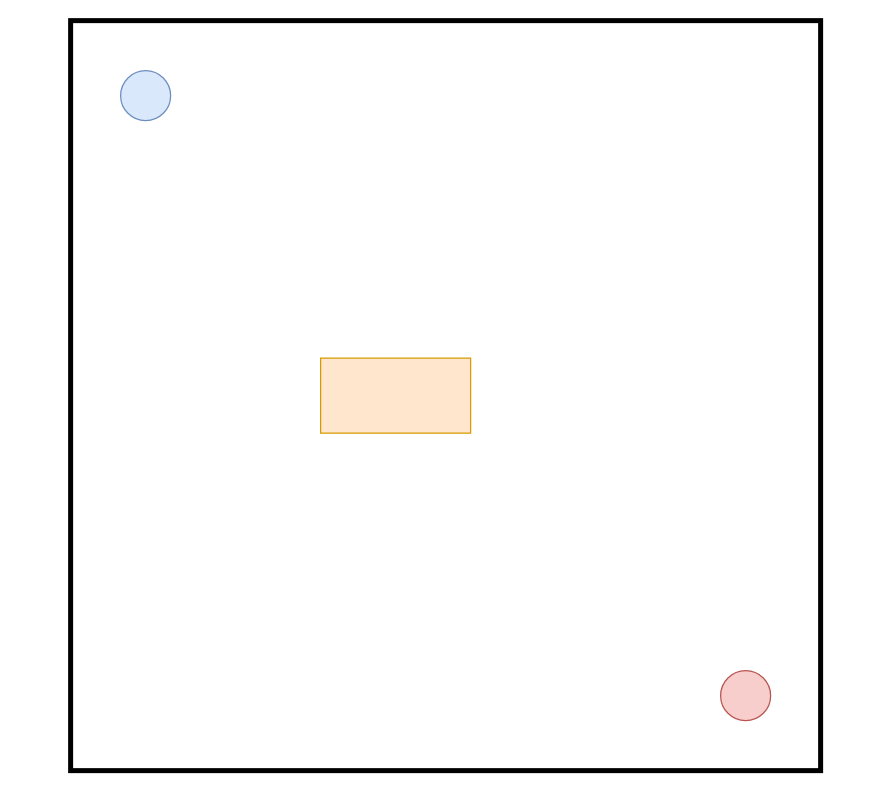
Earlier version of the draw.io diagram RoboRumble.drawio (Pablucas/Personal). Source tidied: cells renumbered, new cells numbered last; positions are measured from the earlier drawing's top-left corner, leaving out a move shared by most shapes. Both pictures are drawn from the tidied source at 125%, with x=0, y=0 at pixel (70, 20).
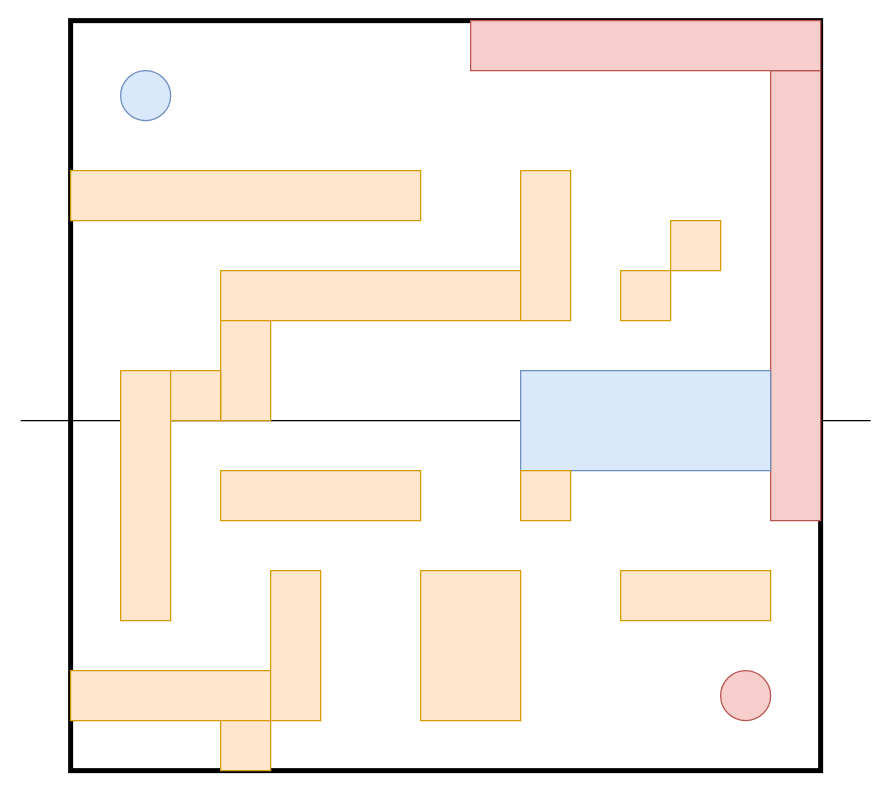
Above is the later version.

What changed in the source:
```diff
@@
     <mxCell id="3" style="rounded=0;whiteSpace=wrap;html=1;strokeWidth=1;fillColor=#ffe6cc;strokeColor=#d79b00;" parent="1" vertex="1">
-      <mxGeometry x="200" y="270" width="120" height="60" as="geometry" />
+      <mxGeometry y="120" width="280" height="40" as="geometry" />
     </mxCell>
@@
+    <mxCell id="6" style="endArrow=none;html=1;" parent="1" edge="1">
+      <mxGeometry relative="1" as="geometry">
+        <mxPoint x="-40" y="320" as="sourcePoint" />
+        <mxPoint x="640" y="320" as="targetPoint" />
+      </mxGeometry>
+    </mxCell>
+    <mxCell id="7" style="rounded=0;whiteSpace=wrap;html=1;strokeWidth=1;fillColor=#ffe6cc;strokeColor=#d79b00;" parent="1" vertex="1">
+      <mxGeometry x="120" y="200" width="240" height="40" as="geometry" />
+    </mxCell>
+    <mxCell id="8" style="rounded=0;whiteSpace=wrap;html=1;strokeWidth=1;fillColor=#ffe6cc;strokeColor=#d79b00;" parent="1" vertex="1">
+      <mxGeometry x="120" y="240" width="40" height="80" as="geometry" />
+    </mxCell>
+    <mxCell id="9" style="rounded=0;whiteSpace=wrap;html=1;strokeWidth=1;fillColor=#ffe6cc;strokeColor=#d79b00;" parent="1" vertex="1">
+      <mxGeometry x="360" y="120" width="40" height="120" as="geometry" />
+    </mxCell>
+    <mxCell id="10" style="rounded=0;whiteSpace=wrap;html=1;strokeWidth=1;fillColor=#ffe6cc;strokeColor=#d79b00;" parent="1" vertex="1">
+      <mxGeometry x="40" y="280" width="40" height="200" as="geometry" />
+    </mxCell>
+    <mxCell id="11" style="rounded=0;whiteSpace=wrap;html=1;strokeWidth=1;fillColor=#ffe6cc;strokeColor=#d79b00;" parent="1" vertex="1">
+      <mxGeometry x="80" y="280" width="40" height="40" as="geometry" />
+    </mxCell>
+    <mxCell id="12" style="rounded=0;whiteSpace=wrap;html=1;strokeWidth=1;fillColor=#f8cecc;strokeColor=#b85450;" parent="1" vertex="1">
+      <mxGeometry x="560" y="40" width="40" height="360" as="geometry" />
+    </mxCell>
+    <mxCell id="13" style="rounded=0;whiteSpace=wrap;html=1;strokeWidth=1;fillColor=#f8cecc;strokeColor=#b85450;" parent="1" vertex="1">
+      <mxGeometry x="320" width="280" height="40" as="geometry" />
+    </mxCell>
+    <mxCell id="14" style="rounded=0;whiteSpace=wrap;html=1;strokeWidth=1;fillColor=#dae8fc;strokeColor=#6c8ebf;" parent="1" vertex="1">
+      <mxGeometry x="360" y="280" width="200" height="80" as="geometry" />
+    </mxCell>
+    <mxCell id="15" style="rounded=0;whiteSpace=wrap;html=1;strokeWidth=1;fillColor=#ffe6cc;strokeColor=#d79b00;" parent="1" vertex="1">
+      <mxGeometry x="440" y="200" width="40" height="40" as="geometry" />
+    </mxCell>
+    <mxCell id="16" style="rounded=0;whiteSpace=wrap;html=1;strokeWidth=1;fillColor=#ffe6cc;strokeColor=#d79b00;" parent="1" vertex="1">
+      <mxGeometry x="480" y="160" width="40" height="40" as="geometry" />
+    </mxCell>
+    <mxCell id="17" style="rounded=0;whiteSpace=wrap;html=1;strokeWidth=1;fillColor=#ffe6cc;strokeColor=#d79b00;" parent="1" vertex="1">
+      <mxGeometry x="440" y="440" width="120" height="40" as="geometry" />
+    </mxCell>
+    <mxCell id="18" style="rounded=0;whiteSpace=wrap;html=1;strokeWidth=1;fillColor=#ffe6cc;strokeColor=#d79b00;" parent="1" vertex="1">
+      <mxGeometry y="520" width="160" height="40" as="geometry" />
+    </mxCell>
+    <mxCell id="19" style="rounded=0;whiteSpace=wrap;html=1;strokeWidth=1;fillColor=#ffe6cc;strokeColor=#d79b00;" parent="1" vertex="1">
+      <mxGeometry x="120" y="560" width="40" height="40" as="geometry" />
+    </mxCell>
+    <mxCell id="20" style="rounded=0;whiteSpace=wrap;html=1;strokeWidth=1;fillColor=#ffe6cc;strokeColor=#d79b00;" parent="1" vertex="1">
+      <mxGeometry x="160" y="440" width="40" height="120" as="geometry" />
+    </mxCell>
+    <mxCell id="21" style="rounded=0;whiteSpace=wrap;html=1;strokeWidth=1;fillColor=#ffe6cc;strokeColor=#d79b00;" parent="1" vertex="1">
+      <mxGeometry x="120" y="360" width="160" height="40" as="geometry" />
+    </mxCell>
+    <mxCell id="22" style="rounded=0;whiteSpace=wrap;html=1;strokeWidth=1;fillColor=#ffe6cc;strokeColor=#d79b00;" parent="1" vertex="1">
+      <mxGeometry x="280" y="440" width="80" height="120" as="geometry" />
+    </mxCell>
+    <mxCell id="23" style="rounded=0;whiteSpace=wrap;html=1;strokeWidth=1;fillColor=#ffe6cc;strokeColor=#d79b00;" parent="1" vertex="1">
+      <mxGeometry x="360" y="360" width="40" height="40" as="geometry" />
+    </mxCell>
```
